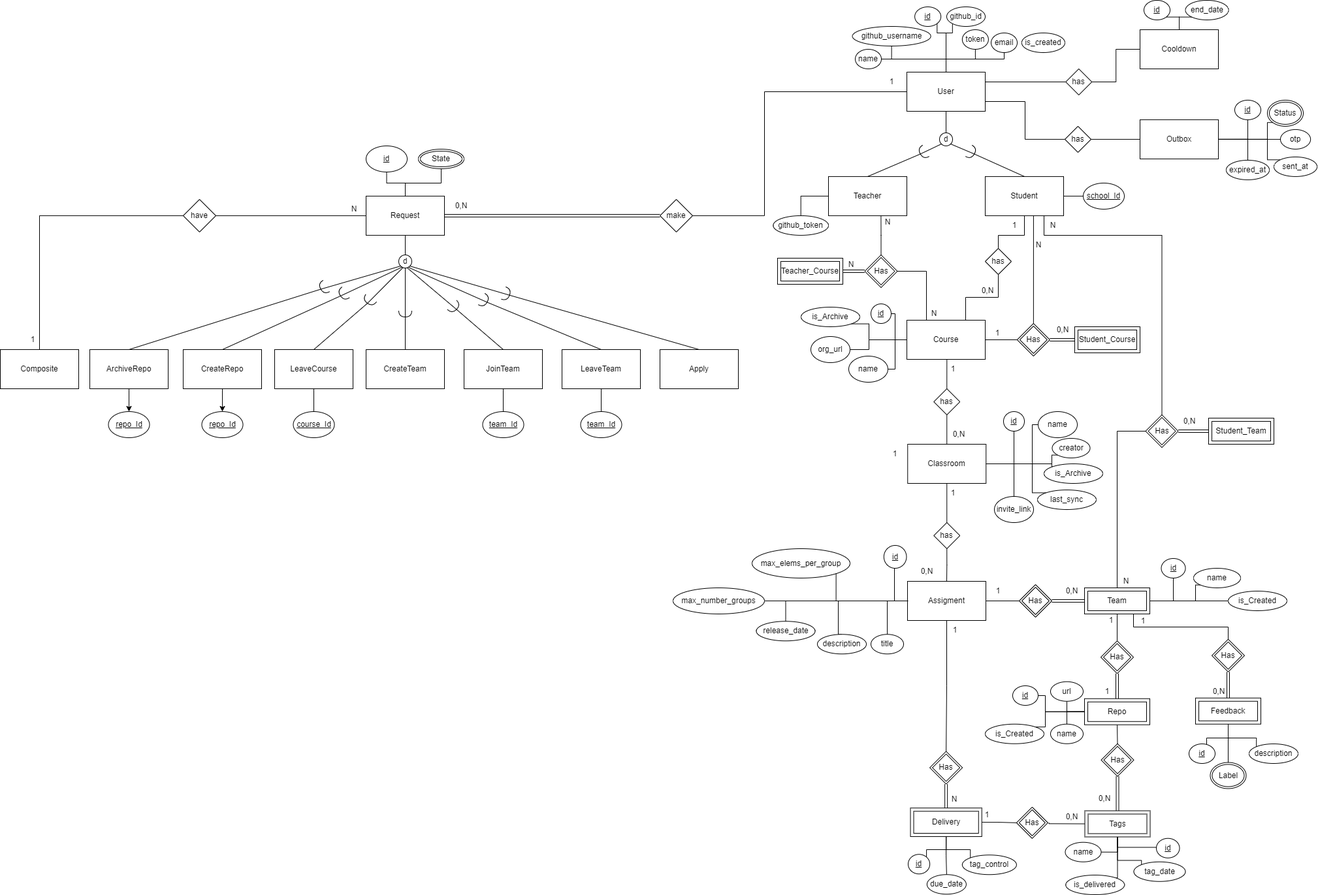
Above: docs/data-model/data-model.png in i-on-project/repohouse (draw.io), before the change. Source tidied: cells renumbered, new cells last; positions are measured from the earlier drawing's top-left corner, leaving out a move shared by most shapes.
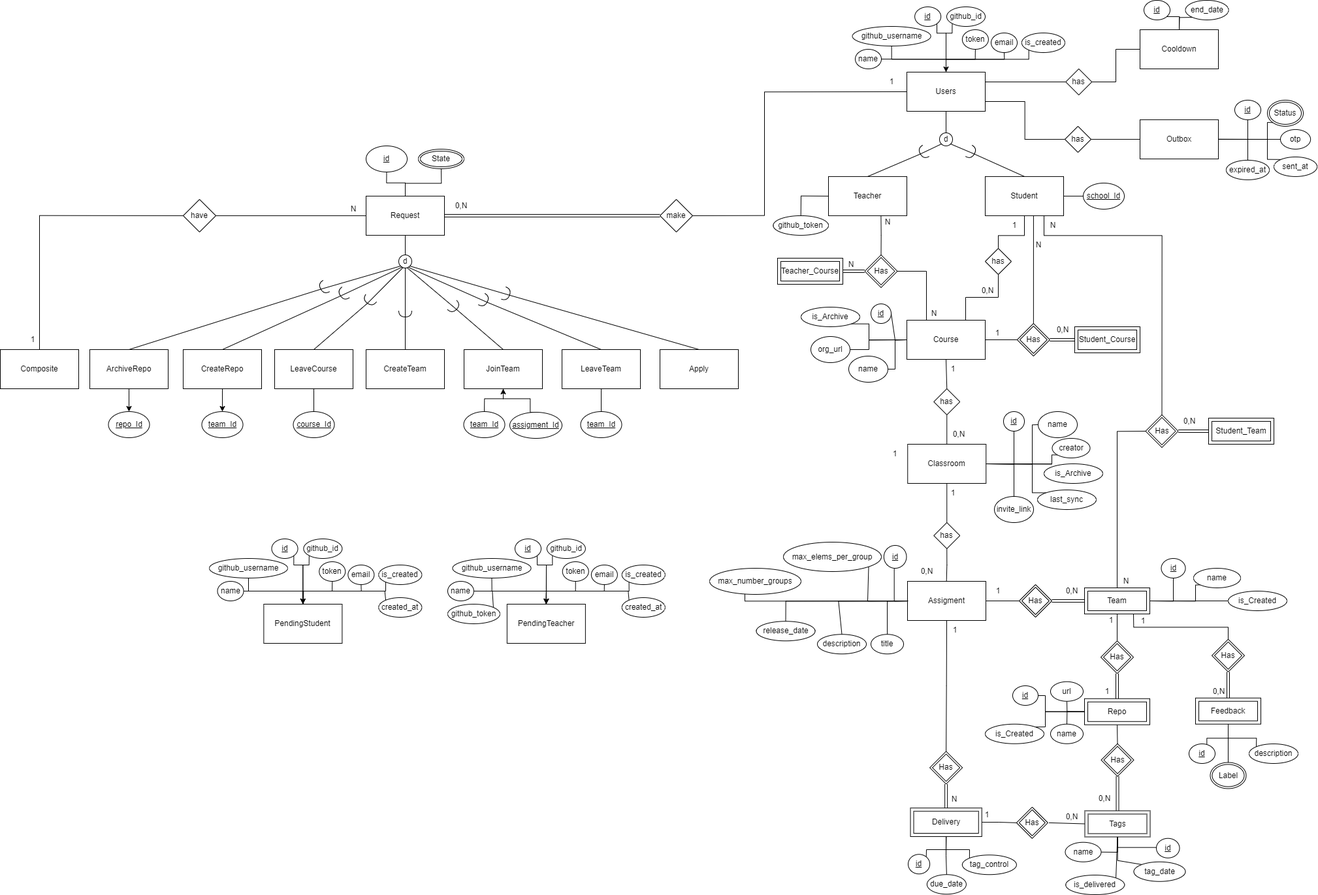
The same diagram one commit later.

Diff of the diagram source:
```diff
@@ -27,7 +27,7 @@
     <mxCell id="6" style="edgeStyle=orthogonalEdgeStyle;rounded=0;jettySize=auto;html=1;exitX=1;exitY=0.75;exitDx=0;exitDy=0;entryX=0;entryY=0.5;entryDx=0;entryDy=0;endArrow=none;endFill=0;" parent="1" edge="1" source="7" target="240">
       <mxGeometry relative="1" as="geometry" />
     </mxCell>
-    <mxCell id="7" value="User" style="rounded=0;whiteSpace=wrap;html=1;" parent="1" vertex="1">
+    <mxCell id="7" value="Users" style="rounded=0;whiteSpace=wrap;html=1;" parent="1" vertex="1">
       <mxGeometry x="1388" y="110" width="120" height="60" as="geometry" />
     </mxCell>
     <mxCell id="8" value="d" style="ellipse;whiteSpace=wrap;html=1;" parent="1" vertex="1">
@@ -208,10 +208,10 @@
       </mxGeometry>
     </mxCell>
     <mxCell id="56" value="max_number_groups" style="ellipse;whiteSpace=wrap;html=1;fontStyle=0;" parent="1" vertex="1">
-      <mxGeometry x="1030" y="900" width="140" height="40" as="geometry" />
+      <mxGeometry x="1086" y="870" width="140" height="40" as="geometry" />
     </mxCell>
     <mxCell id="57" value="max_elems_per_group" style="ellipse;whiteSpace=wrap;html=1;fontStyle=0;" parent="1" vertex="1">
-      <mxGeometry x="1151" y="840" width="150" height="45" as="geometry" />
+      <mxGeometry x="1199" y="830" width="150" height="45" as="geometry" />
     </mxCell>
     <mxCell id="58" value="N" style="text;html=1;strokeColor=none;fillColor=none;align=center;verticalAlign=middle;whiteSpace=wrap;rounded=0;" parent="1" vertex="1">
       <mxGeometry x="1582" y="329.9" width="60" height="30" as="geometry" />
@@ -434,7 +434,7 @@
     <mxCell id="111" style="edgeStyle=orthogonalEdgeStyle;rounded=0;jettySize=auto;html=1;exitX=1;exitY=1;exitDx=0;exitDy=0;entryX=0;entryY=0.5;entryDx=0;entryDy=0;endArrow=none;endFill=0;" parent="1" edge="1" source="57" target="43">
       <mxGeometry relative="1" as="geometry">
         <Array as="points">
-          <mxPoint x="1280" y="920" />
+          <mxPoint x="1328" y="920" />
         </Array>
       </mxGeometry>
     </mxCell>
@@ -590,7 +590,7 @@
       <mxGeometry relative="1" as="geometry" />
     </mxCell>
     <mxCell id="157" value="team_Id" style="ellipse;whiteSpace=wrap;html=1;fontStyle=4;" parent="1" vertex="1">
-      <mxGeometry x="738.5" y="630" width="63" height="40" as="geometry" />
+      <mxGeometry x="709.5" y="630" width="63" height="40" as="geometry" />
     </mxCell>
     <mxCell id="158" style="edgeStyle=orthogonalEdgeStyle;rounded=0;jettySize=auto;html=1;exitX=0.5;exitY=1;exitDx=0;exitDy=0;entryX=0.5;entryY=0;entryDx=0;entryDy=0;endArrow=none;endFill=0;" parent="1" edge="1" source="159" target="160">
       <mxGeometry relative="1" as="geometry" />
@@ -693,7 +693,7 @@
     <mxCell id="189" value="is_Created" style="ellipse;whiteSpace=wrap;html=1;fontStyle=0;" parent="1" vertex="1">
       <mxGeometry x="1880" y="905" width="90" height="30" as="geometry" />
     </mxCell>
-    <mxCell id="190" value="repo_Id" style="ellipse;whiteSpace=wrap;html=1;fontStyle=4;" parent="1" vertex="1">
+    <mxCell id="190" value="team_Id" style="ellipse;whiteSpace=wrap;html=1;fontStyle=4;" parent="1" vertex="1">
       <mxGeometry x="308.5" y="630" width="63" height="40" as="geometry" />
     </mxCell>
     <mxCell id="191" value="repo_Id" style="ellipse;whiteSpace=wrap;html=1;fontStyle=4;" parent="1" vertex="1">
@@ -749,6 +749,14 @@
     <mxCell id="206" value="github_token" style="ellipse;whiteSpace=wrap;html=1;fontStyle=0;" parent="1" vertex="1">
       <mxGeometry x="1183.4" y="329.9" width="84.6" height="30" as="geometry" />
     </mxCell>
+    <mxCell id="251" style="edgeStyle=orthogonalEdgeStyle;rounded=0;jettySize=auto;html=1;exitX=0;exitY=1;exitDx=0;exitDy=0;entryX=0.5;entryY=0;entryDx=0;entryDy=0;" parent="1" edge="1" source="207" target="7">
+      <mxGeometry relative="1" as="geometry">
+        <Array as="points">
+          <mxPoint x="1574" y="90" />
+          <mxPoint x="1448" y="90" />
+        </Array>
+      </mxGeometry>
+    </mxCell>
     <mxCell id="207" value="is_created" style="ellipse;whiteSpace=wrap;html=1;fontStyle=0;" parent="1" vertex="1">
       <mxGeometry x="1563.9" y="50" width="66.1" height="30" as="geometry" />
     </mxCell>
@@ -906,5 +914,189 @@
     <mxCell id="250" value="is_Archive" style="ellipse;whiteSpace=wrap;html=1;fontStyle=0;" parent="1" vertex="1">
       <mxGeometry x="1226" y="470" width="90" height="30" as="geometry" />
     </mxCell>
+    <mxCell id="252" style="edgeStyle=orthogonalEdgeStyle;rounded=0;jettySize=auto;html=1;exitX=0.5;exitY=0;exitDx=0;exitDy=0;entryX=0.5;entryY=1;entryDx=0;entryDy=0;" parent="1" edge="1" source="253" target="155">
+      <mxGeometry relative="1" as="geometry">
+        <Array as="points">
+          <mxPoint x="811" y="610" />
+          <mxPoint x="770" y="610" />
+        </Array>
+      </mxGeometry>
+    </mxCell>
+    <mxCell id="253" value="assigment_Id" style="ellipse;whiteSpace=wrap;html=1;fontStyle=4;" parent="1" vertex="1">
+      <mxGeometry x="780" y="631" width="80" height="40" as="geometry" />
+    </mxCell>
+    <mxCell id="254" style="edgeStyle=orthogonalEdgeStyle;rounded=0;jettySize=auto;html=1;exitX=0.5;exitY=0;exitDx=0;exitDy=0;entryX=1;entryY=1;entryDx=0;entryDy=0;endArrow=none;endFill=0;" parent="1" edge="1" source="255" target="256">
+      <mxGeometry relative="1" as="geometry">
+        <Array as="points">
+          <mxPoint x="835.9" y="865" />
+          <mxPoint x="821.9" y="865" />
+        </Array>
+      </mxGeometry>
+    </mxCell>
+    <mxCell id="255" value="PendingTeacher" style="rounded=0;whiteSpace=wrap;html=1;" parent="1" vertex="1">
+      <mxGeometry x="775.9" y="925" width="120" height="60" as="geometry" />
+    </mxCell>
+    <mxCell id="256" value="id" style="ellipse;whiteSpace=wrap;html=1;fontStyle=4;" parent="1" vertex="1">
+      <mxGeometry x="788" y="825" width="40" height="30" as="geometry" />
+    </mxCell>
+    <mxCell id="257" style="edgeStyle=orthogonalEdgeStyle;rounded=0;jettySize=auto;html=1;exitX=0.5;exitY=1;exitDx=0;exitDy=0;entryX=0.5;entryY=0;entryDx=0;entryDy=0;endArrow=none;endFill=0;" parent="1" edge="1" source="258" target="255">
+      <mxGeometry relative="1" as="geometry">
+        <Array as="points">
+          <mxPoint x="924.9" y="905" />
+          <mxPoint x="835.9" y="905" />
+        </Array>
+      </mxGeometry>
+    </mxCell>
+    <mxCell id="258" value="email" style="ellipse;whiteSpace=wrap;html=1;fontStyle=0;" parent="1" vertex="1">
+      <mxGeometry x="904.9" y="865" width="40" height="30" as="geometry" />
+    </mxCell>
+    <mxCell id="259" style="edgeStyle=orthogonalEdgeStyle;rounded=0;jettySize=auto;html=1;exitX=0.5;exitY=1;exitDx=0;exitDy=0;entryX=0.5;entryY=0;entryDx=0;entryDy=0;endArrow=none;endFill=0;" parent="1" edge="1" source="260" target="255">
+      <mxGeometry relative="1" as="geometry" />
+    </mxCell>
+    <mxCell id="260" value="github_username" style="ellipse;whiteSpace=wrap;html=1;fontStyle=0;" parent="1" vertex="1">
+      <mxGeometry x="692.5" y="855" width="120" height="30" as="geometry" />
+    </mxCell>
+    <mxCell id="261" style="edgeStyle=orthogonalEdgeStyle;rounded=0;jettySize=auto;html=1;exitX=1;exitY=0.5;exitDx=0;exitDy=0;entryX=0.5;entryY=0;entryDx=0;entryDy=0;endArrow=none;endFill=0;" parent="1" edge="1" source="262" target="255">
+      <mxGeometry relative="1" as="geometry" />
+    </mxCell>
+    <mxCell id="262" value="name" style="ellipse;whiteSpace=wrap;html=1;fontStyle=0;" parent="1" vertex="1">
+      <mxGeometry x="685" y="890" width="40" height="30" as="geometry" />
+    </mxCell>
+    <mxCell id="263" style="edgeStyle=orthogonalEdgeStyle;rounded=0;jettySize=auto;html=1;exitX=0.5;exitY=1;exitDx=0;exitDy=0;entryX=0.5;entryY=0;entryDx=0;entryDy=0;endArrow=none;endFill=0;" parent="1" edge="1" source="264" target="255">
+      <mxGeometry relative="1" as="geometry">
+        <Array as="points">
+          <mxPoint x="880.9" y="905" />
+          <mxPoint x="835.9" y="905" />
+        </Array>
+      </mxGeometry>
+    </mxCell>
+    <mxCell id="264" value="token" style="ellipse;whiteSpace=wrap;html=1;fontStyle=0;" parent="1" vertex="1">
+      <mxGeometry x="860.8" y="860" width="40" height="30" as="geometry" />
+    </mxCell>
+    <mxCell id="265" style="edgeStyle=orthogonalEdgeStyle;rounded=0;jettySize=auto;html=1;exitX=0;exitY=1;exitDx=0;exitDy=0;entryX=0.5;entryY=0;entryDx=0;entryDy=0;" parent="1" edge="1" source="266" target="255">
+      <mxGeometry relative="1" as="geometry">
+        <Array as="points">
+          <mxPoint x="961.9" y="905" />
+          <mxPoint x="835.9" y="905" />
+        </Array>
+      </mxGeometry>
+    </mxCell>
+    <mxCell id="266" value="is_created" style="ellipse;whiteSpace=wrap;html=1;fontStyle=0;" parent="1" vertex="1">
+      <mxGeometry x="951.8" y="865" width="66.1" height="30" as="geometry" />
+    </mxCell>
+    <mxCell id="267" style="edgeStyle=orthogonalEdgeStyle;rounded=0;jettySize=auto;html=1;exitX=0;exitY=1;exitDx=0;exitDy=0;entryX=0.5;entryY=0;entryDx=0;entryDy=0;endArrow=none;endFill=0;" parent="1" edge="1" source="268" target="255">
+      <mxGeometry relative="1" as="geometry">
+        <Array as="points">
+          <mxPoint x="844.9" y="865" />
+          <mxPoint x="835.9" y="865" />
+        </Array>
+      </mxGeometry>
+    </mxCell>
+    <mxCell id="268" value="github_id" style="ellipse;whiteSpace=wrap;html=1;fontStyle=0;" parent="1" vertex="1">
+      <mxGeometry x="836.9" y="825" width="59" height="30" as="geometry" />
+    </mxCell>
+    <mxCell id="269" style="edgeStyle=orthogonalEdgeStyle;rounded=0;jettySize=auto;html=1;exitX=0;exitY=0;exitDx=0;exitDy=0;entryX=0.5;entryY=0;entryDx=0;entryDy=0;" parent="1" edge="1" source="270" target="255">
+      <mxGeometry relative="1" as="geometry">
+        <Array as="points">
+          <mxPoint x="961.5" y="905" />
+          <mxPoint x="835.5" y="905" />
+        </Array>
+      </mxGeometry>
+    </mxCell>
+    <mxCell id="270" value="created_at" style="ellipse;whiteSpace=wrap;html=1;fontStyle=0;" parent="1" vertex="1">
+      <mxGeometry x="951.8" y="915" width="66.1" height="30" as="geometry" />
+    </mxCell>
+    <mxCell id="271" style="edgeStyle=orthogonalEdgeStyle;rounded=0;jettySize=auto;html=1;exitX=1;exitY=0;exitDx=0;exitDy=0;entryX=0.5;entryY=0;entryDx=0;entryDy=0;" parent="1" edge="1" source="272" target="255">
+      <mxGeometry relative="1" as="geometry">
+        <Array as="points">
+          <mxPoint x="753.5" y="905" />
+          <mxPoint x="835.5" y="905" />
+        </Array>
+      </mxGeometry>
+    </mxCell>
+    <mxCell id="272" value="github_token" style="ellipse;whiteSpace=wrap;html=1;fontStyle=0;" parent="1" vertex="1">
+      <mxGeometry x="685" y="925" width="80" height="30" as="geometry" />
+    </mxCell>
+    <mxCell id="273" style="edgeStyle=orthogonalEdgeStyle;rounded=0;jettySize=auto;html=1;exitX=0.5;exitY=0;exitDx=0;exitDy=0;entryX=1;entryY=1;entryDx=0;entryDy=0;endArrow=none;endFill=0;" parent="1" edge="1" source="274" target="275">
+      <mxGeometry relative="1" as="geometry">
+        <Array as="points">
+          <mxPoint x="463.4" y="865" />
+          <mxPoint x="449.4" y="865" />
+        </Array>
+      </mxGeometry>
+    </mxCell>
+    <mxCell id="274" value="PendingStudent" style="rounded=0;whiteSpace=wrap;html=1;" parent="1" vertex="1">
+      <mxGeometry x="403.4" y="925" width="120" height="60" as="geometry" />
+    </mxCell>
+    <mxCell id="275" value="id" style="ellipse;whiteSpace=wrap;html=1;fontStyle=4;" parent="1" vertex="1">
+      <mxGeometry x="415.5" y="825" width="40" height="30" as="geometry" />
+    </mxCell>
+    <mxCell id="276" style="edgeStyle=orthogonalEdgeStyle;rounded=0;jettySize=auto;html=1;exitX=0.5;exitY=1;exitDx=0;exitDy=0;entryX=0.5;entryY=0;entryDx=0;entryDy=0;endArrow=none;endFill=0;" parent="1" edge="1" source="277" target="274">
+      <mxGeometry relative="1" as="geometry">
+        <Array as="points">
+          <mxPoint x="552.4" y="905" />
+          <mxPoint x="463.4" y="905" />
+        </Array>
+      </mxGeometry>
+    </mxCell>
+    <mxCell id="277" value="email" style="ellipse;whiteSpace=wrap;html=1;fontStyle=0;" parent="1" vertex="1">
+      <mxGeometry x="532.4" y="865" width="40" height="30" as="geometry" />
+    </mxCell>
+    <mxCell id="278" style="edgeStyle=orthogonalEdgeStyle;rounded=0;jettySize=auto;html=1;exitX=0.5;exitY=1;exitDx=0;exitDy=0;entryX=0.5;entryY=0;entryDx=0;entryDy=0;endArrow=none;endFill=0;" parent="1" edge="1" source="279" target="274">
+      <mxGeometry relative="1" as="geometry" />
+    </mxCell>
+    <mxCell id="279" value="github_username" style="ellipse;whiteSpace=wrap;html=1;fontStyle=0;" parent="1" vertex="1">
+      <mxGeometry x="320" y="855" width="120" height="30" as="geometry" />
+    </mxCell>
+    <mxCell id="280" style="edgeStyle=orthogonalEdgeStyle;rounded=0;jettySize=auto;html=1;exitX=1;exitY=0.5;exitDx=0;exitDy=0;entryX=0.5;entryY=0;entryDx=0;entryDy=0;endArrow=none;endFill=0;" parent="1" edge="1" source="281" target="274">
+      <mxGeometry relative="1" as="geometry" />
+    </mxCell>
+    <mxCell id="281" value="name" style="ellipse;whiteSpace=wrap;html=1;fontStyle=0;" parent="1" vertex="1">
+      <mxGeometry x="332.5" y="890" width="40" height="30" as="geometry" />
+    </mxCell>
+    <mxCell id="282" style="edgeStyle=orthogonalEdgeStyle;rounded=0;jettySize=auto;html=1;exitX=0.5;exitY=1;exitDx=0;exitDy=0;entryX=0.5;entryY=0;entryDx=0;entryDy=0;endArrow=none;endFill=0;" parent="1" edge="1" source="283" target="274">
+      <mxGeometry relative="1" as="geometry">
+        <Array as="points">
+          <mxPoint x="508.4" y="905" />
+          <mxPoint x="463.4" y="905" />
+        </Array>
+      </mxGeometry>
+    </mxCell>
+    <mxCell id="283" value="token" style="ellipse;whiteSpace=wrap;html=1;fontStyle=0;" parent="1" vertex="1">
+      <mxGeometry x="488.2" y="860" width="40" height="30" as="geometry" />
+    </mxCell>
+    <mxCell id="284" style="edgeStyle=orthogonalEdgeStyle;rounded=0;jettySize=auto;html=1;exitX=0;exitY=1;exitDx=0;exitDy=0;entryX=0.5;entryY=0;entryDx=0;entryDy=0;" parent="1" edge="1" source="285" target="274">
+      <mxGeometry relative="1" as="geometry">
+        <Array as="points">
+          <mxPoint x="589.4" y="905" />
+          <mxPoint x="463.4" y="905" />
+        </Array>
+      </mxGeometry>
+    </mxCell>
+    <mxCell id="285" value="is_created" style="ellipse;whiteSpace=wrap;html=1;fontStyle=0;" parent="1" vertex="1">
+      <mxGeometry x="579.2" y="865" width="66.1" height="30" as="geometry" />
+    </mxCell>
+    <mxCell id="286" style="edgeStyle=orthogonalEdgeStyle;rounded=0;jettySize=auto;html=1;exitX=0;exitY=1;exitDx=0;exitDy=0;entryX=0.5;entryY=0;entryDx=0;entryDy=0;endArrow=none;endFill=0;" parent="1" edge="1" source="287" target="274">
+      <mxGeometry relative="1" as="geometry">
+        <Array as="points">
+          <mxPoint x="472.4" y="865" />
+          <mxPoint x="463.4" y="865" />
+        </Array>
+      </mxGeometry>
+    </mxCell>
+    <mxCell id="287" value="github_id" style="ellipse;whiteSpace=wrap;html=1;fontStyle=0;" parent="1" vertex="1">
+      <mxGeometry x="464.4" y="825" width="59" height="30" as="geometry" />
+    </mxCell>
+    <mxCell id="288" style="edgeStyle=orthogonalEdgeStyle;rounded=0;jettySize=auto;html=1;exitX=0;exitY=0;exitDx=0;exitDy=0;entryX=0.5;entryY=0;entryDx=0;entryDy=0;" parent="1" edge="1" source="289" target="274">
+      <mxGeometry relative="1" as="geometry">
+        <Array as="points">
+          <mxPoint x="589" y="905" />
+          <mxPoint x="463" y="905" />
+        </Array>
+      </mxGeometry>
+    </mxCell>
+    <mxCell id="289" value="created_at" style="ellipse;whiteSpace=wrap;html=1;fontStyle=0;" parent="1" vertex="1">
+      <mxGeometry x="579.2" y="915" width="66.1" height="30" as="geometry" />
+    </mxCell>
   </root>
 </mxGraphModel>
```
